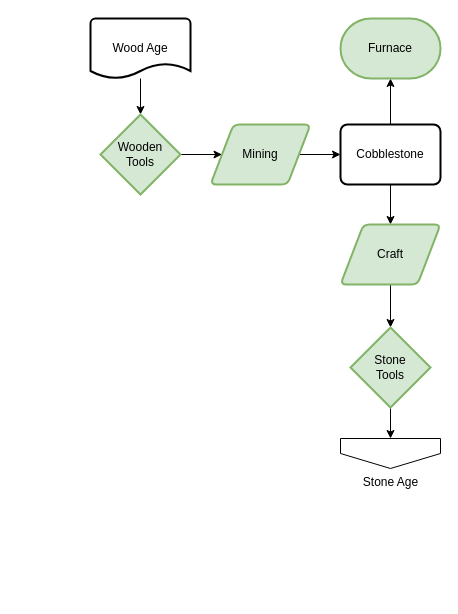
Above: page "Wood Age" (4 of 8) of flowcharts/progression.drawio in MeepishRealms/Cog (draw.io), before the change. Source tidied: cells renumbered, new cells numbered last; positions are measured from the earlier drawing's top-left corner, leaving out a move shared by most shapes. Both pictures are drawn from the tidied source at 100%, with x=0, y=0 at pixel (90, 18).
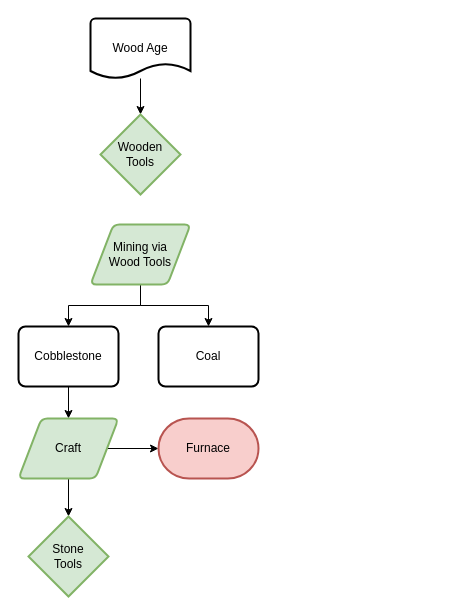
The same page after the edit.

Change to the diagram source:
```diff
@@
 <mxGraphModel>
   <root>
     <mxCell id="0" />
     <mxCell id="1" parent="0" />
     <mxCell id="2" style="edgeStyle=orthogonalEdgeStyle;rounded=0;jettySize=auto;html=1;" parent="1" edge="1" source="3" target="10">
       <mxGeometry relative="1" as="geometry" />
     </mxCell>
     <mxCell id="3" value="Wood Age" style="strokeWidth=2;html=1;shape=mxgraph.flowchart.document2;whiteSpace=wrap;size=0.25;" parent="1" vertex="1">
       <mxGeometry width="100" height="60" as="geometry" />
     </mxCell>
-    <mxCell id="4" style="edgeStyle=orthogonalEdgeStyle;rounded=0;jettySize=auto;html=1;" parent="1" edge="1" source="5" target="8">
+    <mxCell id="4" style="edgeStyle=orthogonalEdgeStyle;rounded=0;jettySize=auto;html=1;exitX=0.5;exitY=1;exitDx=0;exitDy=0;" parent="1" edge="1" source="5" target="8">
       <mxGeometry relative="1" as="geometry" />
     </mxCell>
+    <mxCell id="17" style="edgeStyle=orthogonalEdgeStyle;rounded=0;jettySize=auto;html=1;exitX=0.5;exitY=1;exitDx=0;exitDy=0;" parent="1" edge="1" source="5" target="19">
+      <mxGeometry relative="1" as="geometry" />
+    </mxCell>
-    <mxCell id="5" value="Mining" style="shape=parallelogram;html=1;strokeWidth=2;perimeter=parallelogramPerimeter;whiteSpace=wrap;rounded=1;arcSize=12;size=0.23;fillColor=#d5e8d4;strokeColor=#82b366;" parent="1" vertex="1">
-      <mxGeometry x="120" y="106" width="100" height="60" as="geometry" />
+    <mxCell id="5" value="Mining via&lt;br&gt;Wood Tools" style="shape=parallelogram;html=1;strokeWidth=2;perimeter=parallelogramPerimeter;whiteSpace=wrap;rounded=1;arcSize=12;size=0.23;fillColor=#d5e8d4;strokeColor=#82b366;" parent="1" vertex="1">
+      <mxGeometry y="206" width="100" height="60" as="geometry" />
     </mxCell>
-    <mxCell id="6" style="edgeStyle=orthogonalEdgeStyle;rounded=0;jettySize=auto;html=1;exitX=0.5;exitY=1;exitDx=0;exitDy=0;" parent="1" edge="1" source="8" target="12">
+    <mxCell id="6" style="edgeStyle=orthogonalEdgeStyle;rounded=0;jettySize=auto;html=1;" parent="1" edge="1" source="8" target="12">
       <mxGeometry relative="1" as="geometry" />
     </mxCell>
-    <mxCell id="7" style="edgeStyle=orthogonalEdgeStyle;rounded=0;jettySize=auto;html=1;" parent="1" edge="1" source="8" target="16">
-      <mxGeometry relative="1" as="geometry" />
-    </mxCell>
     <mxCell id="8" value="Cobblestone" style="rounded=1;whiteSpace=wrap;html=1;absoluteArcSize=1;arcSize=14;strokeWidth=2;" parent="1" vertex="1">
-      <mxGeometry x="250" y="106" width="100" height="60" as="geometry" />
+      <mxGeometry x="-72" y="308" width="100" height="60" as="geometry" />
     </mxCell>
-    <mxCell id="9" style="edgeStyle=orthogonalEdgeStyle;rounded=0;jettySize=auto;html=1;" parent="1" edge="1" source="10" target="5">
-      <mxGeometry relative="1" as="geometry" />
-    </mxCell>
     <mxCell id="10" value="Wooden&lt;br&gt;Tools" style="strokeWidth=2;html=1;shape=mxgraph.flowchart.decision;whiteSpace=wrap;fillColor=#d5e8d4;strokeColor=#82b366;" parent="1" vertex="1">
       <mxGeometry x="10" y="96" width="80" height="80" as="geometry" />
     </mxCell>
+    <mxCell id="18" style="edgeStyle=orthogonalEdgeStyle;rounded=0;jettySize=auto;html=1;" parent="1" edge="1" source="12" target="16">
+      <mxGeometry relative="1" as="geometry" />
+    </mxCell>
     <mxCell id="11" style="edgeStyle=orthogonalEdgeStyle;rounded=0;jettySize=auto;html=1;exitX=0.5;exitY=1;exitDx=0;exitDy=0;" parent="1" edge="1" source="12" target="14">
       <mxGeometry relative="1" as="geometry" />
     </mxCell>
     <mxCell id="12" value="Craft" style="shape=parallelogram;html=1;strokeWidth=2;perimeter=parallelogramPerimeter;whiteSpace=wrap;rounded=1;arcSize=12;size=0.23;fillColor=#d5e8d4;strokeColor=#82b366;" parent="1" vertex="1">
-      <mxGeometry x="250" y="206" width="100" height="60" as="geometry" />
+      <mxGeometry x="-72" y="400" width="100" height="60" as="geometry" />
     </mxCell>
-    <mxCell id="13" style="edgeStyle=orthogonalEdgeStyle;rounded=0;jettySize=auto;html=1;exitX=0.5;exitY=1;exitDx=0;exitDy=0;exitPerimeter=0;entryX=0.5;entryY=0;entryDx=0;entryDy=0;" parent="1" edge="1" source="14" target="15">
-      <mxGeometry relative="1" as="geometry" />
-    </mxCell>
     <mxCell id="14" value="Stone&lt;br&gt;Tools" style="strokeWidth=2;html=1;shape=mxgraph.flowchart.decision;whiteSpace=wrap;fillColor=#d5e8d4;strokeColor=#82b366;" parent="1" vertex="1">
-      <mxGeometry x="260" y="309" width="80" height="80" as="geometry" />
+      <mxGeometry x="-62" y="498" width="80" height="80" as="geometry" />
     </mxCell>
-    <mxCell id="15" value="Stone Age" style="verticalLabelPosition=bottom;verticalAlign=top;html=1;shape=offPageConnector;rounded=0;size=0.5;" parent="1" vertex="1">
-      <mxGeometry x="250" y="420" width="100" height="30" as="geometry" />
-    </mxCell>
-    <mxCell id="16" value="Furnace" style="strokeWidth=2;html=1;shape=mxgraph.flowchart.terminator;whiteSpace=wrap;fillColor=#d5e8d4;strokeColor=#82b366;" parent="1" vertex="1">
-      <mxGeometry x="250" width="100" height="60" as="geometry" />
+    <mxCell id="16" value="Furnace" style="strokeWidth=2;html=1;shape=mxgraph.flowchart.terminator;whiteSpace=wrap;fillColor=#f8cecc;strokeColor=#b85450;" parent="1" vertex="1">
+      <mxGeometry x="68" y="400" width="100" height="60" as="geometry" />
     </mxCell>
+    <mxCell id="19" value="Coal" style="rounded=1;whiteSpace=wrap;html=1;absoluteArcSize=1;arcSize=14;strokeWidth=2;" parent="1" vertex="1">
+      <mxGeometry x="68" y="308" width="100" height="60" as="geometry" />
+    </mxCell>
   </root>
 </mxGraphModel>
```
